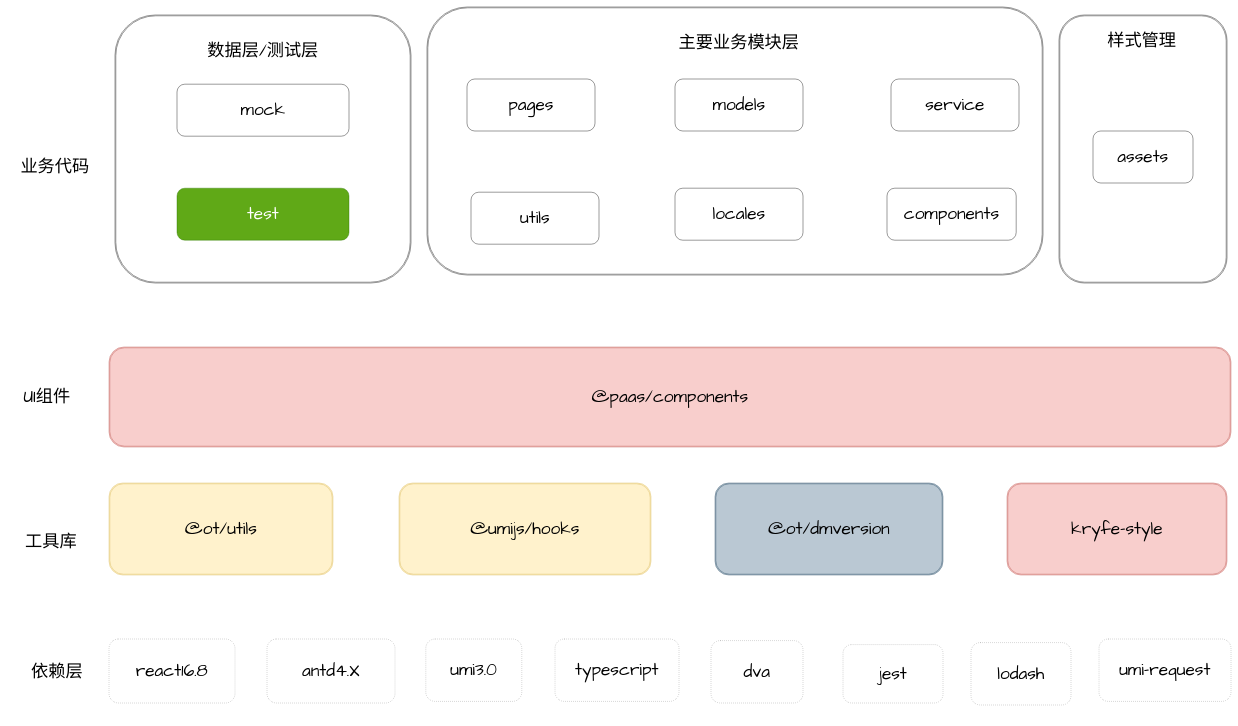
Before: page "Page-2" (2 of 2) of Untitled Diagram.drawio in lambGirl/test-utils, a draw.io diagram. Source tidied: cells renumbered, new cells numbered last; positions are measured from the earlier drawing's top-left corner, leaving out a move shared by most shapes. Both pictures are drawn from the tidied source at 40%, with x=0, y=0 at pixel (7, 7).
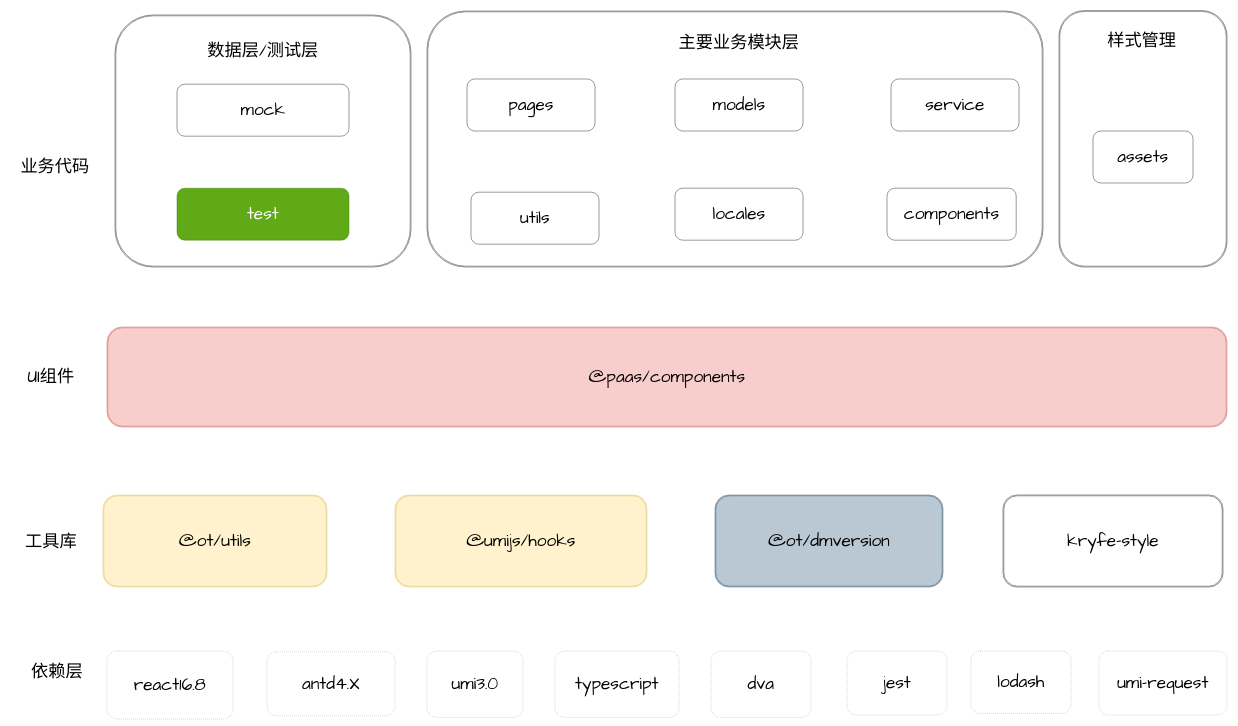
The same page after the edit.

Diff of the diagram source:
```diff
@@
     <mxCell id="4" value="jest" style="shape=ext;rounded=1;html=1;whiteSpace=wrap;dashed=1;dashPattern=1 4;fontFamily=Comic Sans MS;fontSize=43;" parent="1" vertex="1">
-      <mxGeometry x="2090" y="1594" width="250" height="146" as="geometry" />
+      <mxGeometry x="2100" y="1610" width="250" height="160" as="geometry" />
     </mxCell>
     <mxCell id="5" value="antd4.X" style="shape=ext;rounded=1;html=1;whiteSpace=wrap;dashed=1;dashPattern=1 4;fontFamily=Comic Sans MS;fontSize=43;" parent="1" vertex="1">
-      <mxGeometry x="650" y="1580" width="320" height="160" as="geometry" />
+      <mxGeometry x="650" y="1612" width="320" height="160" as="geometry" />
     </mxCell>
     <mxCell id="6" value="react16.8" style="shape=ext;rounded=1;html=1;whiteSpace=wrap;dashed=1;dashPattern=1 4;fontFamily=Comic Sans MS;fontSize=43;" parent="1" vertex="1">
-      <mxGeometry x="255" y="1580" width="315" height="160" as="geometry" />
+      <mxGeometry x="250" y="1610" width="315" height="170" as="geometry" />
     </mxCell>
     <mxCell id="7" value="typescript" style="shape=ext;rounded=1;html=1;whiteSpace=wrap;dashed=1;dashPattern=1 4;fontFamily=Comic Sans MS;fontSize=43;" parent="1" vertex="1">
-      <mxGeometry x="1370" y="1580" width="310" height="156" as="geometry" />
+      <mxGeometry x="1370" y="1610" width="310" height="166" as="geometry" />
     </mxCell>
     <mxCell id="8" value="dva" style="shape=ext;rounded=1;html=1;whiteSpace=wrap;dashed=1;dashPattern=1 4;fontFamily=Comic Sans MS;fontSize=43;" parent="1" vertex="1">
-      <mxGeometry x="1760" y="1584" width="230" height="156" as="geometry" />
+      <mxGeometry x="1760" y="1610" width="250" height="166" as="geometry" />
     </mxCell>
     <mxCell id="9" value="umi3.0" style="shape=ext;rounded=1;html=1;whiteSpace=wrap;dashed=1;dashPattern=1 4;fontFamily=Comic Sans MS;fontSize=43;" parent="1" vertex="1">
-      <mxGeometry x="1047" y="1580" width="240" height="156" as="geometry" />
+      <mxGeometry x="1050" y="1610" width="240" height="166" as="geometry" />
     </mxCell>
     <mxCell id="10" value="lodash" style="shape=ext;rounded=1;html=1;whiteSpace=wrap;dashed=1;dashPattern=1 4;fontFamily=Comic Sans MS;fontSize=43;" parent="1" vertex="1">
-      <mxGeometry x="2410" y="1589" width="250" height="156" as="geometry" />
+      <mxGeometry x="2410" y="1610" width="250" height="156" as="geometry" />
     </mxCell>
     <mxCell id="11" value="@ot/utils" style="shape=ext;rounded=1;html=1;whiteSpace=wrap;double=1;fontFamily=Comic Sans MS;fontSize=43;fillColor=#fff2cc;strokeColor=#d6b656;" parent="1" vertex="1">
-      <mxGeometry x="255" y="1190" width="560" height="230" as="geometry" />
+      <mxGeometry x="240" y="1220" width="560" height="230" as="geometry" />
     </mxCell>
     <mxCell id="12" value="UI组件" style="text;html=1;strokeColor=none;fillColor=none;align=center;verticalAlign=middle;whiteSpace=wrap;rounded=0;perimeterSpacing=10;fontSize=43;fontFamily=Comic Sans MS;" parent="1" vertex="1">
-      <mxGeometry y="925" width="200" height="100" as="geometry" />
+      <mxGeometry x="10" y="875" width="200" height="100" as="geometry" />
     </mxCell>
@@
-    <mxCell id="14" value="kryfe-style" style="shape=ext;rounded=1;html=1;whiteSpace=wrap;double=1;fontFamily=Comic Sans MS;fontSize=43;fillColor=#f8cecc;strokeColor=#b85450;" parent="1" vertex="1">
-      <mxGeometry x="2500" y="1190" width="550" height="230" as="geometry" />
+    <mxCell id="14" value="kryfe-style" style="shape=ext;rounded=1;html=1;whiteSpace=wrap;double=1;fontFamily=Comic Sans MS;fontSize=43;" parent="1" vertex="1">
+      <mxGeometry x="2490" y="1220" width="550" height="230" as="geometry" />
     </mxCell>
     <mxCell id="15" value="@ot/dmversion" style="shape=ext;rounded=1;html=1;whiteSpace=wrap;double=1;fontFamily=Comic Sans MS;fontSize=43;fillColor=#bac8d3;strokeColor=#23445d;" parent="1" vertex="1">
-      <mxGeometry x="1770" y="1190" width="570" height="230" as="geometry" />
+      <mxGeometry x="1770" y="1220" width="570" height="230" as="geometry" />
     </mxCell>
     <mxCell id="16" value="@umijs/hooks" style="shape=ext;rounded=1;html=1;whiteSpace=wrap;double=1;fontFamily=Comic Sans MS;fontSize=43;fillColor=#fff2cc;strokeColor=#d6b656;" parent="1" vertex="1">
-      <mxGeometry x="980" y="1190" width="630" height="230" as="geometry" />
+      <mxGeometry x="970" y="1220" width="630" height="230" as="geometry" />
     </mxCell>
     <mxCell id="17" value="@paas/components" style="shape=ext;rounded=1;html=1;whiteSpace=wrap;double=1;fontFamily=Comic Sans MS;fontSize=43;fillColor=#f8cecc;strokeColor=#b85450;" parent="1" vertex="1">
-      <mxGeometry x="255" y="850" width="2805" height="250" as="geometry" />
+      <mxGeometry x="250" y="800" width="2800" height="250" as="geometry" />
     </mxCell>
     <mxCell id="18" value="umi-request" style="shape=ext;rounded=1;html=1;whiteSpace=wrap;dashed=1;dashPattern=1 4;fontFamily=Comic Sans MS;fontSize=43;" parent="1" vertex="1">
-      <mxGeometry x="2730" y="1580" width="330" height="156" as="geometry" />
+      <mxGeometry x="2730" y="1610" width="320" height="160" as="geometry" />
     </mxCell>
     <mxCell id="19" style="shape=ext;rounded=1;html=1;whiteSpace=wrap;double=1;fontFamily=Comic Sans MS;fontSize=43;" parent="1" vertex="1">
-      <mxGeometry x="270" y="20" width="740" height="670" as="geometry" />
+      <mxGeometry x="270" y="20" width="740" height="630" as="geometry" />
     </mxCell>
     <mxCell id="20" style="shape=ext;rounded=1;html=1;whiteSpace=wrap;double=1;fontFamily=Comic Sans MS;fontSize=43;" parent="1" vertex="1">
-      <mxGeometry x="1050" width="1540" height="670" as="geometry" />
+      <mxGeometry x="1050" y="10" width="1540" height="640" as="geometry" />
     </mxCell>
@@
     <mxCell id="28" style="shape=ext;rounded=1;html=1;whiteSpace=wrap;double=1;fontFamily=Comic Sans MS;fontSize=43;" parent="1" vertex="1">
-      <mxGeometry x="2630" y="20" width="420" height="670" as="geometry" />
+      <mxGeometry x="2630" y="9" width="420" height="641" as="geometry" />
     </mxCell>
```
